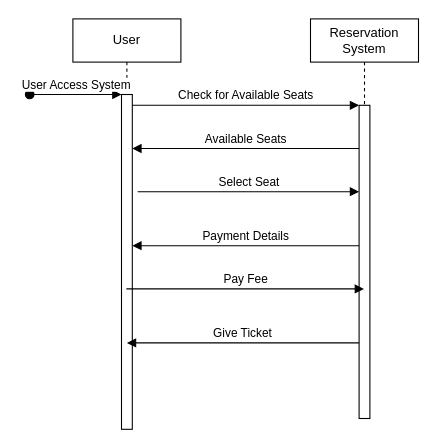
Before: Lab-4.drawio in AhmedButtar7/testrepo, a draw.io diagram. Source tidied: cells renumbered, new cells numbered last; positions are measured from the earlier drawing's top-left corner, leaving out a move shared by most shapes. Both pictures are drawn from the tidied source at 108%, with x=0, y=0 at pixel (29, 18).
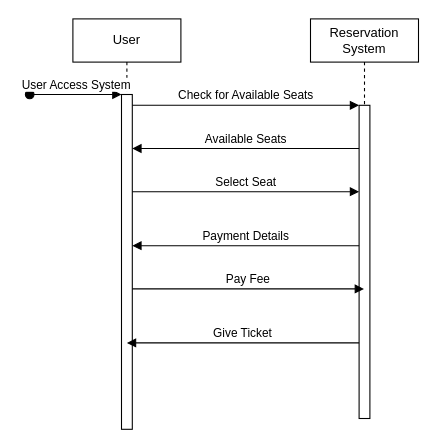
The same page after the edit.

The change refers to these unchanged cells:
```xml
<mxCell id="2" value="User" style="shape=umlLifeline;perimeter=lifelinePerimeter;whiteSpace=wrap;html=1;outlineConnect=0;portConstraint=eastwest;newEdgeStyle={&quot;edgeStyle&quot;:&quot;elbowEdgeStyle&quot;,&quot;elbow&quot;:&quot;vertical&quot;,&quot;curved&quot;:0,&quot;rounded&quot;:0};" parent="1" vertex="1">
  <mxGeometry x="40" width="100" height="380" as="geometry" />
</mxCell>
<mxCell id="3" style="html=1;points=[];perimeter=orthogonalPerimeter;outlineConnect=0;targetShapes=umlLifeline;portConstraint=eastwest;newEdgeStyle={&quot;edgeStyle&quot;:&quot;elbowEdgeStyle&quot;,&quot;elbow&quot;:&quot;vertical&quot;,&quot;curved&quot;:0,&quot;rounded&quot;:0};" parent="2" vertex="1">
  <mxGeometry x="45" y="70" width="10" height="310" as="geometry" />
</mxCell>
<mxCell id="5" value="Reservation System" style="shape=umlLifeline;perimeter=lifelinePerimeter;whiteSpace=wrap;html=1;outlineConnect=0;portConstraint=eastwest;newEdgeStyle={&quot;edgeStyle&quot;:&quot;elbowEdgeStyle&quot;,&quot;elbow&quot;:&quot;vertical&quot;,&quot;curved&quot;:0,&quot;rounded&quot;:0};" parent="1" vertex="1">
  <mxGeometry x="260" width="100" height="370" as="geometry" />
</mxCell>
<mxCell id="6" style="html=1;points=[];perimeter=orthogonalPerimeter;outlineConnect=0;targetShapes=umlLifeline;portConstraint=eastwest;newEdgeStyle={&quot;edgeStyle&quot;:&quot;elbowEdgeStyle&quot;,&quot;elbow&quot;:&quot;vertical&quot;,&quot;curved&quot;:0,&quot;rounded&quot;:0};" parent="5" vertex="1">
  <mxGeometry x="45" y="80" width="10" height="290" as="geometry" />
</mxCell>
```

Diff of the diagram source:
```diff
@@
-    <mxCell id="9" value="Select Seat" style="html=1;verticalAlign=bottom;endArrow=block;edgeStyle=elbowEdgeStyle;elbow=vertical;curved=0;rounded=0;" parent="1" edge="1" target="6">
+    <mxCell id="9" value="Select Seat" style="html=1;verticalAlign=bottom;endArrow=block;edgeStyle=elbowEdgeStyle;elbow=vertical;curved=0;rounded=0;" parent="1" edge="1" source="3" target="6">
       <mxGeometry relative="1" as="geometry">
-        <mxPoint x="100" y="160" as="sourcePoint" />
         <Array as="points">
           <mxPoint x="185" y="160" />
         </Array>
       </mxGeometry>
     </mxCell>
@@
-    <mxCell id="11" value="Pay Fee" style="html=1;verticalAlign=bottom;endArrow=block;edgeStyle=elbowEdgeStyle;elbow=vertical;curved=0;rounded=0;" parent="1" edge="1" source="2" target="5">
+    <mxCell id="11" value="Pay Fee" style="html=1;verticalAlign=bottom;endArrow=block;edgeStyle=elbowEdgeStyle;elbow=vertical;curved=0;rounded=0;" parent="1" edge="1" source="3" target="5">
       <mxGeometry relative="1" as="geometry">
         <Array as="points">
           <mxPoint x="175" y="250" />
         </Array>
       </mxGeometry>
     </mxCell>
```
